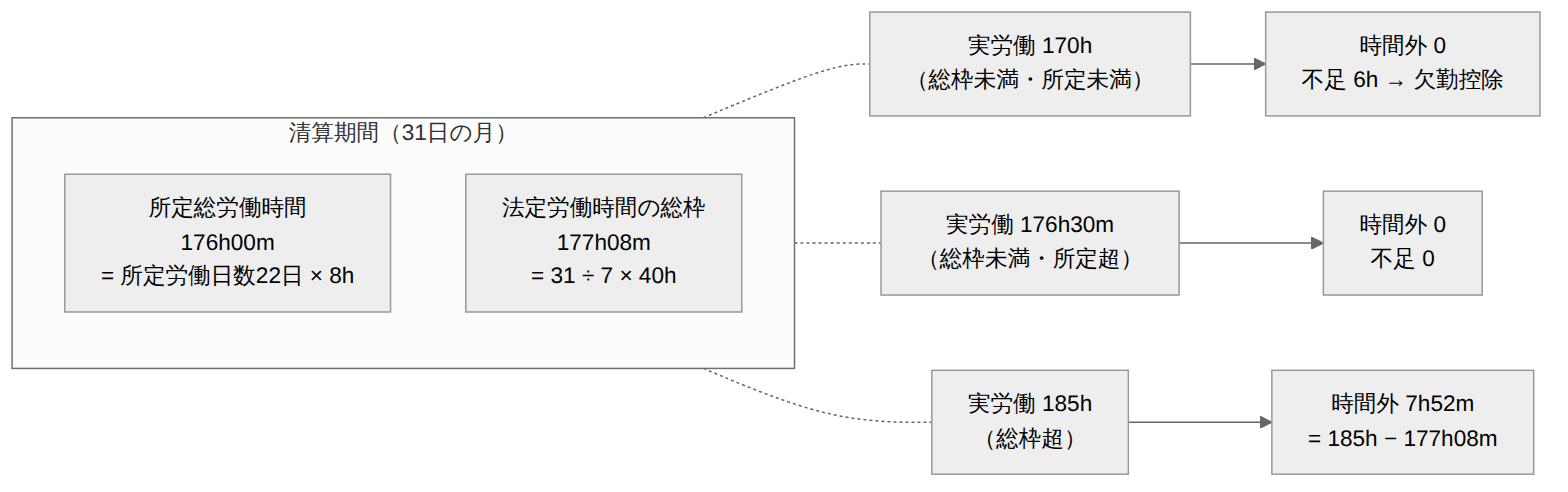
The Mermaid diagram doc/02_詳細設計/04_勤怠_月次清算/images/総枠と時間外の関係.png in masaki-i02/newJavaProject, before a commit. Its source is kept beside it as doc/02_詳細設計/04_勤怠_月次清算/diagrams/総枠と時間外の関係.mmd.
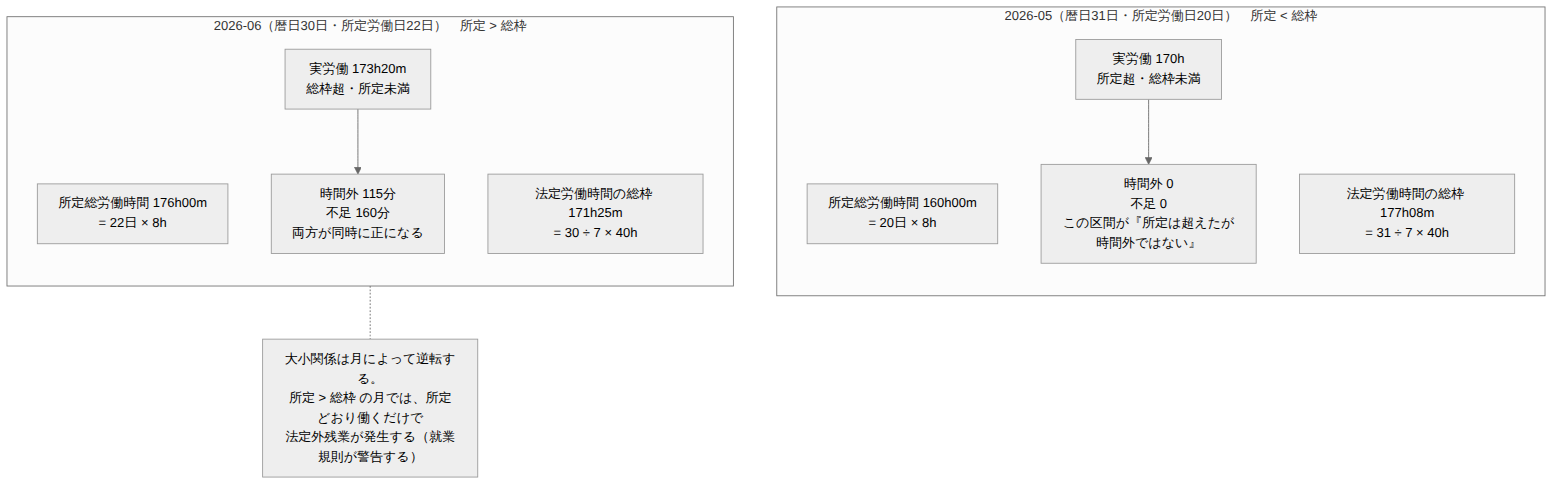
Later version of the same file.

Change to the diagram source:
```diff
@@ -1,18 +1,21 @@
-flowchart LR
-    subgraph 月["清算期間（31日の月）"]
+flowchart TB
+    subgraph M1["2026-05（暦日31日・所定労働日20日）　所定 < 総枠"]
         direction TB
-        A["所定総労働時間<br/>176h00m<br/>= 所定労働日数22日 × 8h"]
-        B["法定労働時間の総枠<br/>177h08m<br/>= 31 ÷ 7 × 40h"]
+        A1["所定総労働時間 160h00m<br/>= 20日 × 8h"]
+        B1["法定労働時間の総枠 177h08m<br/>= 31 ÷ 7 × 40h"]
+        C1["実労働 170h<br/>所定超・総枠未満"]
+        R1["時間外 0<br/>不足 0<br/>この区間が『所定は超えたが時間外ではない』"]
+        C1 --> R1
     end
 
-    C1["実労働 170h<br/>（総枠未満・所定未満）"]
-    C2["実労働 176h30m<br/>（総枠未満・所定超）"]
-    C3["実労働 185h<br/>（総枠超）"]
+    subgraph M2["2026-06（暦日30日・所定労働日22日）　所定 > 総枠"]
+        direction TB
+        A2["所定総労働時間 176h00m<br/>= 22日 × 8h"]
+        B2["法定労働時間の総枠 171h25m<br/>= 30 ÷ 7 × 40h"]
+        C2["実労働 173h20m<br/>総枠超・所定未満"]
+        R2["時間外 115分<br/>不足 160分<br/>両方が同時に正になる"]
+        C2 --> R2
+    end
 
-    C1 --> R1["時間外 0<br/>不足 6h → 欠勤控除"]
-    C2 --> R2["時間外 0<br/>不足 0"]
-    C3 --> R3["時間外 7h52m<br/>= 185h − 177h08m"]
-
-    月 -.- C1
-    月 -.- C2
-    月 -.- C3
+    N["大小関係は月によって逆転する。<br/>所定 > 総枠 の月では、所定どおり働くだけで<br/>法定外残業が発生する（就業規則が警告する）"]
+    M2 -.- N
```
